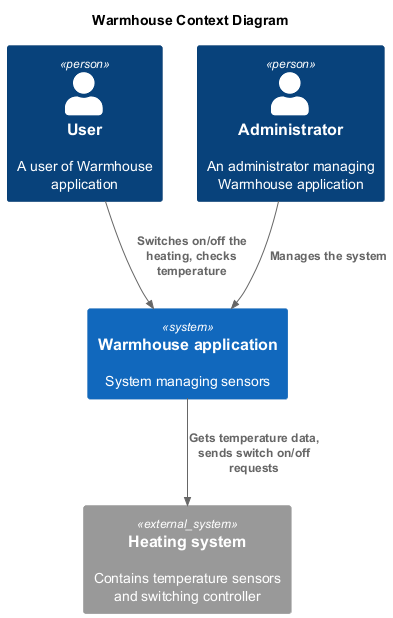
The PlantUML diagram diagrams/context/current-context.png in grafkozloff/arch-sprint1, before a commit.
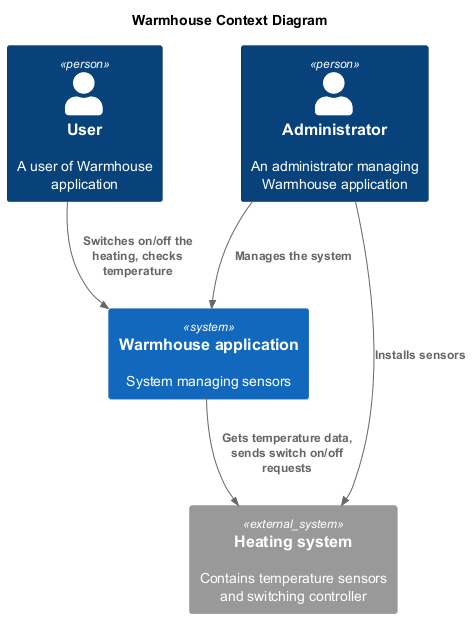
After the change.

What changed in the source:
```diff
@@ -9,10 +9,11 @@
 Person(admin, "Administrator", "An administrator managing Warmhouse application")
 System(WarmhouseApp, "Warmhouse application", "System managing sensors")
 
-System_Ext(sensor, "Heating system", "Contains temperature sensors and switching controller")
+System_Ext(sensors, "Heating system", "Contains temperature sensors and switching controller")
 
 Rel(user, WarmhouseApp, "Switches on/off the heating, checks temperature")
 Rel(admin, WarmhouseApp, "Manages the system")
-Rel(WarmhouseApp, sensor, "Gets temperature data, sends switch on/off requests")
+Rel(admin, sensors, "Installs sensors")
+Rel(WarmhouseApp, sensors, "Gets temperature data, sends switch on/off requests")
 
 @enduml
```
